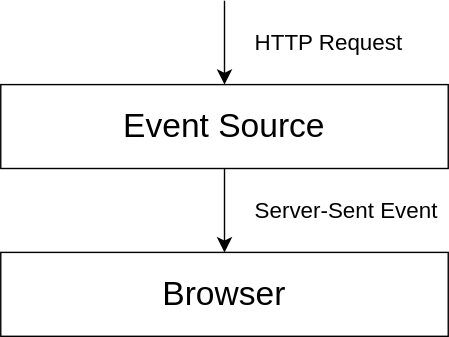
Above: images/architecture-light.svg in explodinglabs/powersync (draw.io), before the change. Source tidied: cells renumbered, new cells last; positions are measured from the earlier drawing's top-left corner, leaving out a move shared by most shapes. The source it was exported from:
```xml
<mxGraphModel background="#ffffff">
  <root>
    <mxCell id="0" />
    <mxCell id="1" parent="0" />
    <mxCell id="2" style="edgeStyle=none;curved=1;rounded=0;jettySize=auto;html=1;fontSize=12;startSize=8;endSize=8;" parent="1" edge="1" target="5">
      <mxGeometry relative="1" as="geometry">
        <mxPoint x="160" as="sourcePoint" />
      </mxGeometry>
    </mxCell>
    <mxCell id="3" value="&lt;font style=&quot;font-size: 24px;&quot;&gt;Browser&lt;/font&gt;" style="rounded=0;whiteSpace=wrap;html=1;" parent="1" vertex="1">
      <mxGeometry y="180" width="320" height="60" as="geometry" />
    </mxCell>
    <mxCell id="4" style="edgeStyle=none;curved=1;rounded=0;jettySize=auto;html=1;fontSize=12;startSize=8;endSize=8;" parent="1" edge="1" source="5" target="3">
      <mxGeometry relative="1" as="geometry" />
    </mxCell>
    <mxCell id="5" value="&lt;font style=&quot;font-size: 24px;&quot;&gt;Event Source&lt;/font&gt;" style="rounded=0;whiteSpace=wrap;html=1;" parent="1" vertex="1">
      <mxGeometry y="60" width="320" height="60" as="geometry" />
    </mxCell>
    <mxCell id="6" value="Server-Sent Event" style="text;strokeColor=none;fillColor=none;html=1;align=left;verticalAlign=middle;whiteSpace=wrap;rounded=0;fontSize=16;" parent="1" vertex="1">
      <mxGeometry x="180" y="120" width="140" height="60" as="geometry" />
    </mxCell>
    <mxCell id="7" value="HTTP Request" style="text;strokeColor=none;fillColor=none;html=1;align=left;verticalAlign=middle;whiteSpace=wrap;rounded=0;fontSize=16;" parent="1" vertex="1">
      <mxGeometry x="180" width="140" height="60" as="geometry" />
    </mxCell>
  </root>
</mxGraphModel>
```
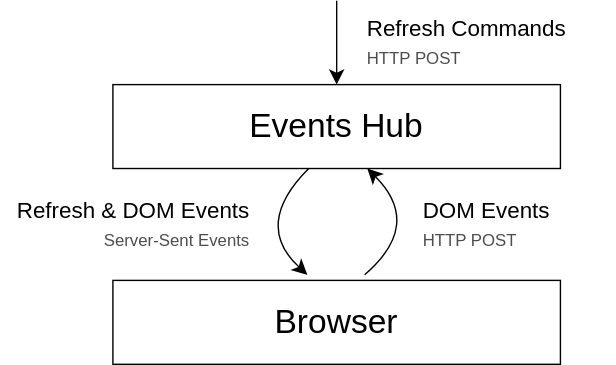
Later version of the same file.

Commit message:
Add architecture diagram

The edit, as a diff of the source:
```diff
@@ -8,19 +8,37 @@
       </mxGeometry>
     </mxCell>
     <mxCell id="3" value="&lt;font style=&quot;font-size: 24px;&quot;&gt;Browser&lt;/font&gt;" style="rounded=0;whiteSpace=wrap;html=1;" parent="1" vertex="1">
-      <mxGeometry y="180" width="320" height="60" as="geometry" />
+      <mxGeometry y="200" width="320" height="60" as="geometry" />
     </mxCell>
-    <mxCell id="4" style="edgeStyle=none;curved=1;rounded=0;jettySize=auto;html=1;fontSize=12;startSize=8;endSize=8;" parent="1" edge="1" source="5" target="3">
-      <mxGeometry relative="1" as="geometry" />
+    <mxCell id="4" style="edgeStyle=none;curved=1;rounded=0;orthogonalLoop=1;jettySize=auto;html=1;fontSize=12;startSize=8;endSize=8;entryX=0.372;entryY=-0.067;entryDx=0;entryDy=0;entryPerimeter=0;" parent="1" edge="1">
+      <mxGeometry relative="1" as="geometry">
+        <mxPoint x="140" y="120" as="sourcePoint" />
+        <mxPoint x="139" y="196" as="targetPoint" />
+        <Array as="points">
+          <mxPoint x="100" y="160" />
+        </Array>
+      </mxGeometry>
     </mxCell>
-    <mxCell id="5" value="&lt;font style=&quot;font-size: 24px;&quot;&gt;Event Source&lt;/font&gt;" style="rounded=0;whiteSpace=wrap;html=1;" parent="1" vertex="1">
+    <mxCell id="5" value="&lt;font style=&quot;font-size: 24px;&quot;&gt;Events Hub&lt;/font&gt;" style="rounded=0;whiteSpace=wrap;html=1;" parent="1" vertex="1">
       <mxGeometry y="60" width="320" height="60" as="geometry" />
     </mxCell>
-    <mxCell id="6" value="Server-Sent Event" style="text;strokeColor=none;fillColor=none;html=1;align=left;verticalAlign=middle;whiteSpace=wrap;rounded=0;fontSize=16;" parent="1" vertex="1">
-      <mxGeometry x="180" y="120" width="140" height="60" as="geometry" />
+    <mxCell id="6" value="&lt;div&gt;Refresh &amp;amp; DOM Events&lt;/div&gt;&lt;span style=&quot;color: rgb(77, 77, 77);&quot;&gt;&lt;font style=&quot;font-size: 12px;&quot;&gt;Server-Sent Events&lt;/font&gt;&lt;/span&gt;" style="text;strokeColor=none;fillColor=none;html=1;align=right;verticalAlign=middle;whiteSpace=wrap;rounded=0;fontSize=16;" parent="1" vertex="1">
+      <mxGeometry x="-80" y="120" width="180" height="80" as="geometry" />
     </mxCell>
-    <mxCell id="7" value="HTTP Request" style="text;strokeColor=none;fillColor=none;html=1;align=left;verticalAlign=middle;whiteSpace=wrap;rounded=0;fontSize=16;" parent="1" vertex="1">
-      <mxGeometry x="180" width="140" height="60" as="geometry" />
+    <mxCell id="7" value="&lt;div&gt;Refresh Commands&lt;/div&gt;&lt;font style=&quot;font-size: 12px; color: light-dark(rgb(77, 77, 77), rgb(237, 237, 237));&quot;&gt;HTTP POST&lt;/font&gt;" style="text;strokeColor=none;fillColor=none;html=1;align=left;verticalAlign=middle;whiteSpace=wrap;rounded=0;fontSize=16;" parent="1" vertex="1">
+      <mxGeometry x="180" width="160" height="60" as="geometry" />
     </mxCell>
+    <mxCell id="8" style="edgeStyle=none;curved=1;rounded=0;orthogonalLoop=1;jettySize=auto;html=1;fontSize=12;startSize=8;endSize=8;startArrow=classic;startFill=1;endArrow=none;entryX=0.619;entryY=-0.067;entryDx=0;entryDy=0;entryPerimeter=0;" parent="1" edge="1">
+      <mxGeometry relative="1" as="geometry">
+        <mxPoint x="181.9" y="120" as="sourcePoint" />
+        <mxPoint x="180" y="196" as="targetPoint" />
+        <Array as="points">
+          <mxPoint x="221.9" y="160" />
+        </Array>
+      </mxGeometry>
+    </mxCell>
+    <mxCell id="9" value="&lt;div&gt;DOM Events&lt;/div&gt;&lt;div&gt;&lt;span style=&quot;color: rgb(77, 77, 77); font-size: 12px;&quot;&gt;HTTP POST&lt;/span&gt;&lt;br&gt;&lt;/div&gt;" style="text;strokeColor=none;fillColor=none;html=1;align=left;verticalAlign=middle;whiteSpace=wrap;rounded=0;fontSize=16;" parent="1" vertex="1">
+      <mxGeometry x="220" y="120" width="140" height="80" as="geometry" />
+    </mxCell>
   </root>
 </mxGraphModel>
```
